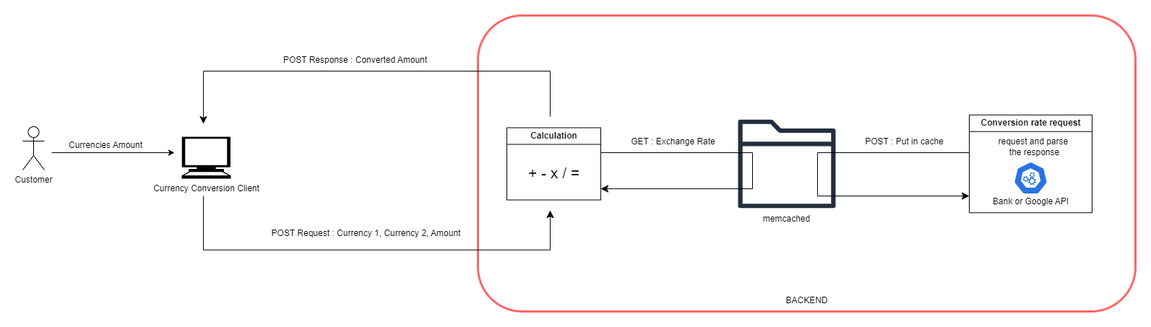
Before: Documentation/CurrencyConverter_Diagram.png, a diagram exported from draw.io (omayma-el/Converting-Microservice). Source tidied: cells renumbered, new cells last; positions are measured from the earlier drawing's top-left corner, leaving out a move shared by most shapes.
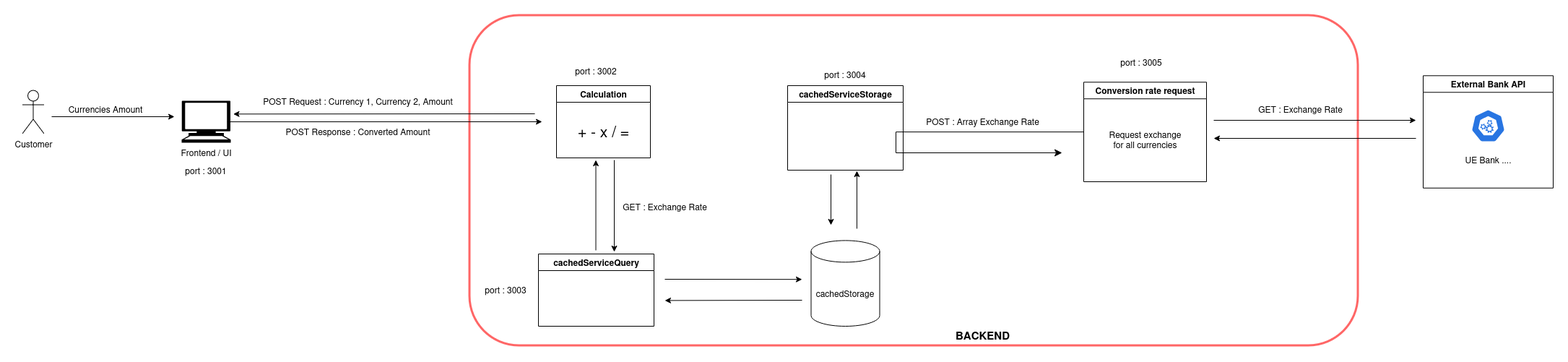
The same file after the commit.

The edit, as a diff of the source:
```diff
@@ -3,97 +3,157 @@
     <mxCell id="0" />
     <mxCell id="1" parent="0" />
     <mxCell id="2" style="rounded=1;whiteSpace=wrap;html=1;strokeColor=#FF6666;fillColor=none;strokeWidth=3;" parent="1" vertex="1">
-      <mxGeometry x="630" width="910" height="410" as="geometry" />
+      <mxGeometry x="620" y="50" width="1230" height="457" as="geometry" />
     </mxCell>
-    <mxCell id="3" style="sketch=0;fontColor=#232F3E;gradientColor=none;fillColor=#232F3D;strokeColor=none;dashed=0;verticalLabelPosition=bottom;verticalAlign=top;align=center;html=1;fontSize=12;fontStyle=0;shape=mxgraph.aws4.folder;" parent="1" vertex="1">
-      <mxGeometry x="990" y="144.1" width="134.9" height="122.8" as="geometry" />
-    </mxCell>
     <mxCell id="4" value="Customer&lt;div&gt;&lt;br&gt;&lt;/div&gt;" style="shape=umlActor;verticalLabelPosition=bottom;verticalAlign=top;html=1;" parent="1" vertex="1">
-      <mxGeometry y="154" width="30" height="60" as="geometry" />
+      <mxGeometry x="1" y="154" width="30" height="60" as="geometry" />
     </mxCell>
-    <mxCell id="5" value="Calculation" style="swimlane;html=1;" parent="1" vertex="1">
-      <mxGeometry x="670" y="155.5" width="130" height="100" as="geometry" />
-    </mxCell>
-    <mxCell id="6" value="&lt;font style=&quot;font-size: 21px;&quot;&gt;+ - x / =&lt;/font&gt;" style="text;html=1;align=center;verticalAlign=middle;strokeColor=none;fillColor=none;" parent="5" vertex="1">
-      <mxGeometry x="20" y="42.5" width="90" height="40" as="geometry" />
-    </mxCell>
-    <mxCell id="7" value="Conversion rate request" style="swimlane;html=1;" parent="1" vertex="1">
-      <mxGeometry x="1310" y="137.7" width="170" height="135.5" as="geometry" />
-    </mxCell>
-    <mxCell id="8" style="sketch=0;html=1;dashed=0;whitespace=wrap;verticalLabelPosition=bottom;verticalAlign=top;fillColor=#2875E2;strokeColor=#ffffff;shape=mxgraph.kubernetes.icon2;prIcon=api;" parent="7" vertex="1">
-      <mxGeometry x="61.3" y="64.7" width="47.3" height="45.4" as="geometry" />
-    </mxCell>
-    <mxCell id="9" value="Bank or Google API" style="text;html=1;align=center;verticalAlign=middle;strokeColor=none;fillColor=none;" parent="7" vertex="1">
-      <mxGeometry x="20" y="105.5" width="130" height="30" as="geometry" />
-    </mxCell>
-    <mxCell id="10" value="request and parse&amp;nbsp;&lt;div&gt;the response&lt;/div&gt;" style="text;html=1;align=center;verticalAlign=middle;strokeColor=none;fillColor=none;" parent="7" vertex="1">
-      <mxGeometry x="30" y="24.7" width="120" height="40" as="geometry" />
-    </mxCell>
-    <mxCell id="11" style="edgeStyle=elbowEdgeStyle;elbow=vertical;endArrow=classic;html=1;curved=0;rounded=0;endSize=8;startSize=8;" parent="1" edge="1">
-      <mxGeometry relative="1" as="geometry">
-        <mxPoint x="250" y="250" as="sourcePoint" />
-        <mxPoint x="730" y="270" as="targetPoint" />
-        <Array as="points">
-          <mxPoint x="423" y="324.7" />
-        </Array>
-      </mxGeometry>
-    </mxCell>
     <mxCell id="12" value="POST Request : Currency 1, Currency 2, Amount" style="text;html=1;align=center;verticalAlign=middle;strokeColor=none;fillColor=none;" parent="1" vertex="1">
-      <mxGeometry x="330" y="287.2" width="290" height="30" as="geometry" />
+      <mxGeometry x="320" y="154" width="290" height="30" as="geometry" />
     </mxCell>
-    <mxCell id="13" style="edgeStyle=elbowEdgeStyle;elbow=vertical;endArrow=classic;html=1;curved=0;rounded=0;endSize=8;startSize=8;" parent="1" edge="1">
-      <mxGeometry relative="1" as="geometry">
-        <mxPoint x="730" y="140" as="sourcePoint" />
-        <mxPoint x="250" y="150" as="targetPoint" />
-        <Array as="points">
-          <mxPoint x="478" y="77" />
-        </Array>
-      </mxGeometry>
-    </mxCell>
     <mxCell id="14" value="POST Response : Converted Amount" style="text;html=1;align=center;verticalAlign=middle;strokeColor=none;fillColor=none;shadow=1;" parent="1" vertex="1">
-      <mxGeometry x="350" y="47" width="220" height="30" as="geometry" />
+      <mxGeometry x="355" y="196" width="220" height="30" as="geometry" />
     </mxCell>
-    <mxCell id="15" value="Currency Conversion Client" style="shape=mxgraph.signs.tech.computer;html=1;fillColor=#000000;strokeColor=none;verticalLabelPosition=bottom;verticalAlign=top;align=center;" parent="1" vertex="1">
-      <mxGeometry x="220" y="168" width="68" height="58" as="geometry" />
+    <mxCell id="15" value="Frontend / UI" style="shape=mxgraph.signs.tech.computer;html=1;fillColor=#000000;strokeColor=none;verticalLabelPosition=bottom;verticalAlign=top;align=center;" parent="1" vertex="1">
+      <mxGeometry x="221" y="168" width="68" height="58" as="geometry" />
     </mxCell>
-    <mxCell id="16" value="BACKEND" style="text;html=1;align=center;verticalAlign=middle;strokeColor=none;fillColor=none;" parent="1" vertex="1">
-      <mxGeometry x="1045" y="380" width="80" height="30" as="geometry" />
+    <mxCell id="16" value="&lt;b&gt;&lt;font style=&quot;font-size: 15px;&quot;&gt;BACKEND&lt;/font&gt;&lt;/b&gt;" style="text;html=1;align=center;verticalAlign=middle;strokeColor=none;fillColor=none;" parent="1" vertex="1">
+      <mxGeometry x="1280" y="477" width="100" height="30" as="geometry" />
     </mxCell>
     <mxCell id="17" value="GET : Exchange Rate" style="text;html=1;align=center;verticalAlign=middle;strokeColor=none;fillColor=none;" parent="1" vertex="1">
-      <mxGeometry x="830" y="160" width="140" height="30" as="geometry" />
+      <mxGeometry x="820" y="300" width="140" height="30" as="geometry" />
     </mxCell>
     <mxCell id="18" style="endArrow=classic;html=1;rounded=0;" parent="1" edge="1">
       <mxGeometry relative="1" as="geometry">
-        <mxPoint x="40" y="190" as="sourcePoint" />
-        <mxPoint x="210" y="190" as="targetPoint" />
+        <mxPoint x="41" y="190" as="sourcePoint" />
+        <mxPoint x="211" y="190" as="targetPoint" />
       </mxGeometry>
     </mxCell>
     <mxCell id="19" value="&lt;span style=&quot;text-wrap: nowrap;&quot;&gt;Currencies&amp;nbsp;&lt;/span&gt;&lt;span style=&quot;background-color: initial; text-wrap: nowrap;&quot;&gt;Amount&lt;/span&gt;" style="text;html=1;align=center;verticalAlign=middle;whiteSpace=wrap;rounded=0;" parent="1" vertex="1">
-      <mxGeometry x="60" y="147" width="110" height="65.5" as="geometry" />
+      <mxGeometry x="61" y="147" width="110" height="65.5" as="geometry" />
     </mxCell>
-    <mxCell id="20" style="edgeStyle=elbowEdgeStyle;endArrow=classic;html=1;rounded=0;endSize=8;startSize=8;" parent="1" edge="1">
-      <mxGeometry relative="1" as="geometry">
-        <mxPoint x="800" y="190" as="sourcePoint" />
-        <mxPoint x="800" y="240" as="targetPoint" />
-        <Array as="points">
-          <mxPoint x="1010" y="210" />
-        </Array>
-      </mxGeometry>
-    </mxCell>
-    <mxCell id="21" style="edgeStyle=elbowEdgeStyle;endArrow=classic;html=1;rounded=0;endSize=8;startSize=8;" parent="1" edge="1">
+    <mxCell id="21" style="edgeStyle=elbowEdgeStyle;endArrow=classic;html=1;rounded=0;endSize=8;startSize=8;exitX=0;exitY=0.5;exitDx=0;exitDy=0;" parent="1" edge="1" source="7">
       <mxGeometry relative="1" as="geometry">
-        <mxPoint x="1310" y="190" as="sourcePoint" />
-        <mxPoint x="1310" y="250" as="targetPoint" />
+        <mxPoint x="1440" y="240" as="targetPoint" />
         <Array as="points">
-          <mxPoint x="1100" y="220" />
+          <mxPoint x="1210" y="220" />
         </Array>
       </mxGeometry>
     </mxCell>
-    <mxCell id="22" value="POST : Put in cache" style="text;html=1;align=center;verticalAlign=middle;strokeColor=none;fillColor=none;" parent="1" vertex="1">
-      <mxGeometry x="1155" y="160" width="130" height="30" as="geometry" />
-    </mxCell>
-    <mxCell id="23" value="memcached" style="text;html=1;align=center;verticalAlign=middle;strokeColor=none;fillColor=none;" parent="1" vertex="1">
-      <mxGeometry x="1012.4" y="266.9" width="90" height="30" as="geometry" />
-    </mxCell>
+    <mxCell id="5" value="Calculation" style="swimlane;html=1;" parent="1" vertex="1">
+      <mxGeometry x="740" y="147" width="130" height="100" as="geometry" />
+    </mxCell>
+    <mxCell id="6" value="&lt;font style=&quot;font-size: 21px;&quot;&gt;+ - x / =&lt;/font&gt;" style="text;html=1;align=center;verticalAlign=middle;strokeColor=none;fillColor=none;" parent="5" vertex="1">
+      <mxGeometry x="20" y="42.5" width="90" height="40" as="geometry" />
+    </mxCell>
+    <mxCell id="24" style="endArrow=classic;html=1;rounded=0;entryX=1.052;entryY=0.316;entryDx=0;entryDy=0;entryPerimeter=0;" parent="1" edge="1" target="15">
+      <mxGeometry relative="1" as="geometry">
+        <mxPoint x="710" y="186" as="sourcePoint" />
+      </mxGeometry>
+    </mxCell>
+    <mxCell id="25" style="endArrow=classic;html=1;rounded=0;exitX=0.931;exitY=0.501;exitDx=0;exitDy=0;exitPerimeter=0;" parent="1" edge="1" source="15">
+      <mxGeometry relative="1" as="geometry">
+        <mxPoint x="720" y="197" as="targetPoint" />
+      </mxGeometry>
+    </mxCell>
+    <mxCell id="26" value="cachedServiceStorage" style="swimlane;html=1;" parent="1" vertex="1">
+      <mxGeometry x="1060" y="147" width="160" height="117" as="geometry" />
+    </mxCell>
+    <mxCell id="27" style="endArrow=classic;html=1;rounded=0;" parent="1" edge="1">
+      <mxGeometry relative="1" as="geometry">
+        <mxPoint x="1120" y="270" as="sourcePoint" />
+        <mxPoint x="1120" y="340" as="targetPoint" />
+      </mxGeometry>
+    </mxCell>
+    <mxCell id="28" style="endArrow=classic;html=1;rounded=0;" parent="1" edge="1">
+      <mxGeometry relative="1" as="geometry">
+        <mxPoint x="1155.9" y="345" as="sourcePoint" />
+        <mxPoint x="1155.9" y="265" as="targetPoint" />
+      </mxGeometry>
+    </mxCell>
+    <mxCell id="29" value="cachedServiceQuery" style="swimlane;html=1;" parent="1" vertex="1">
+      <mxGeometry x="715" y="380" width="160" height="100" as="geometry" />
+    </mxCell>
+    <mxCell id="30" style="endArrow=classic;html=1;rounded=0;" parent="1" edge="1">
+      <mxGeometry relative="1" as="geometry">
+        <mxPoint x="890" y="415" as="sourcePoint" />
+        <mxPoint x="1080" y="415.2" as="targetPoint" />
+      </mxGeometry>
+    </mxCell>
+    <mxCell id="31" style="endArrow=classic;html=1;rounded=0;" parent="1" edge="1">
+      <mxGeometry relative="1" as="geometry">
+        <mxPoint x="1080" y="444" as="sourcePoint" />
+        <mxPoint x="890" y="444.4" as="targetPoint" />
+      </mxGeometry>
+    </mxCell>
+    <mxCell id="32" style="endArrow=classic;html=1;rounded=0;entryX=0.5;entryY=1;entryDx=0;entryDy=0;exitX=0.5;exitY=0;exitDx=0;exitDy=0;" parent="1" edge="1">
+      <mxGeometry relative="1" as="geometry">
+        <mxPoint x="794.5" y="375" as="sourcePoint" />
+        <mxPoint x="794.5" y="250" as="targetPoint" />
+      </mxGeometry>
+    </mxCell>
+    <mxCell id="33" style="endArrow=classic;html=1;rounded=0;" parent="1" edge="1">
+      <mxGeometry relative="1" as="geometry">
+        <mxPoint x="820" y="250" as="sourcePoint" />
+        <mxPoint x="820" y="377" as="targetPoint" />
+      </mxGeometry>
+    </mxCell>
+    <mxCell id="34" value="port : 3001" style="text;html=1;align=center;verticalAlign=middle;whiteSpace=wrap;rounded=0;" parent="1" vertex="1">
+      <mxGeometry x="225" y="250" width="60" height="30" as="geometry" />
+    </mxCell>
+    <mxCell id="35" value="port : 3002" style="text;html=1;align=center;verticalAlign=middle;whiteSpace=wrap;rounded=0;" parent="1" vertex="1">
+      <mxGeometry x="765" y="112.3" width="60" height="30" as="geometry" />
+    </mxCell>
+    <mxCell id="36" value="port : 3003" style="text;html=1;align=center;verticalAlign=middle;whiteSpace=wrap;rounded=0;" parent="1" vertex="1">
+      <mxGeometry x="640" y="415" width="60" height="30" as="geometry" />
+    </mxCell>
+    <mxCell id="37" value="port : 3004" style="text;html=1;align=center;verticalAlign=middle;whiteSpace=wrap;rounded=0;" parent="1" vertex="1">
+      <mxGeometry x="1110" y="117" width="60" height="30" as="geometry" />
+    </mxCell>
+    <mxCell id="38" value="port : 3005" style="text;html=1;align=center;verticalAlign=middle;whiteSpace=wrap;rounded=0;" parent="1" vertex="1">
+      <mxGeometry x="1520" y="100" width="60" height="30" as="geometry" />
+    </mxCell>
+    <mxCell id="39" value="POST : Array Exchange Rate" style="text;html=1;align=center;verticalAlign=middle;strokeColor=none;fillColor=none;" parent="1" vertex="1">
+      <mxGeometry x="1240" y="182" width="180" height="30" as="geometry" />
+    </mxCell>
+    <mxCell id="40" style="shape=cylinder3;whiteSpace=wrap;html=1;boundedLbl=1;backgroundOutline=1;size=15;" parent="1" vertex="1">
+      <mxGeometry x="1092.5" y="361.4" width="95" height="118.6" as="geometry" />
+    </mxCell>
+    <mxCell id="41" value="&lt;span style=&quot;text-wrap: nowrap;&quot;&gt;cachedStorage&lt;/span&gt;" style="text;html=1;align=center;verticalAlign=middle;whiteSpace=wrap;rounded=0;" parent="1" vertex="1">
+      <mxGeometry x="1110" y="420" width="60" height="30" as="geometry" />
+    </mxCell>
+    <mxCell id="42" value="External Bank API" style="swimlane;html=1;" parent="1" vertex="1">
+      <mxGeometry x="1940" y="133.3" width="180" height="155.5" as="geometry" />
+    </mxCell>
+    <mxCell id="8" style="sketch=0;html=1;dashed=0;whitespace=wrap;verticalLabelPosition=bottom;verticalAlign=top;fillColor=#2875E2;strokeColor=#ffffff;shape=mxgraph.kubernetes.icon2;prIcon=api;" parent="42" vertex="1">
+      <mxGeometry x="66.3" y="46.5" width="47.3" height="45.4" as="geometry" />
+    </mxCell>
+    <mxCell id="9" value="UE Bank ...." style="text;html=1;align=center;verticalAlign=middle;strokeColor=none;fillColor=none;" parent="42" vertex="1">
+      <mxGeometry x="45" y="102" width="90" height="30" as="geometry" />
+    </mxCell>
+    <mxCell id="43" style="group;" parent="1" vertex="1">
+      <mxGeometry x="1470" y="142.3" width="170" height="137.7" as="geometry" />
+    </mxCell>
+    <mxCell id="7" value="Conversion rate request" style="swimlane;html=1;" parent="43" vertex="1">
+      <mxGeometry width="170" height="137.7" as="geometry" />
+    </mxCell>
+    <mxCell id="10" value="&lt;div&gt;Request exchange&lt;/div&gt;&lt;div&gt;for all currencies&lt;/div&gt;" style="text;html=1;align=center;verticalAlign=middle;strokeColor=none;fillColor=none;" parent="43" vertex="1">
+      <mxGeometry x="25" y="60" width="120" height="40" as="geometry" />
+    </mxCell>
+    <mxCell id="44" style="endArrow=classic;html=1;rounded=0;" parent="1" edge="1">
+      <mxGeometry relative="1" as="geometry">
+        <mxPoint x="1650" y="195" as="sourcePoint" />
+        <mxPoint x="1930" y="195" as="targetPoint" />
+      </mxGeometry>
+    </mxCell>
+    <mxCell id="45" style="endArrow=classic;html=1;rounded=0;" parent="1" edge="1">
+      <mxGeometry relative="1" as="geometry">
+        <mxPoint x="1930" y="220" as="sourcePoint" />
+        <mxPoint x="1650" y="220" as="targetPoint" />
+      </mxGeometry>
+    </mxCell>
+    <mxCell id="46" value="GET : Exchange Rate" style="text;html=1;align=center;verticalAlign=middle;strokeColor=none;fillColor=none;" parent="1" vertex="1">
+      <mxGeometry x="1700" y="164.8" width="140" height="30" as="geometry" />
+    </mxCell>
   </root>
 </mxGraphModel>
```
